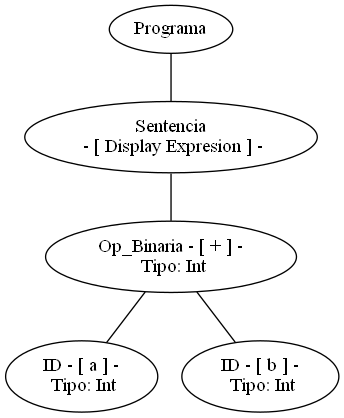
Before: arbol.png, a diagram exported from Graphviz (SantiPerez17/Compiladores). Its source is kept beside it as arbol.dot.
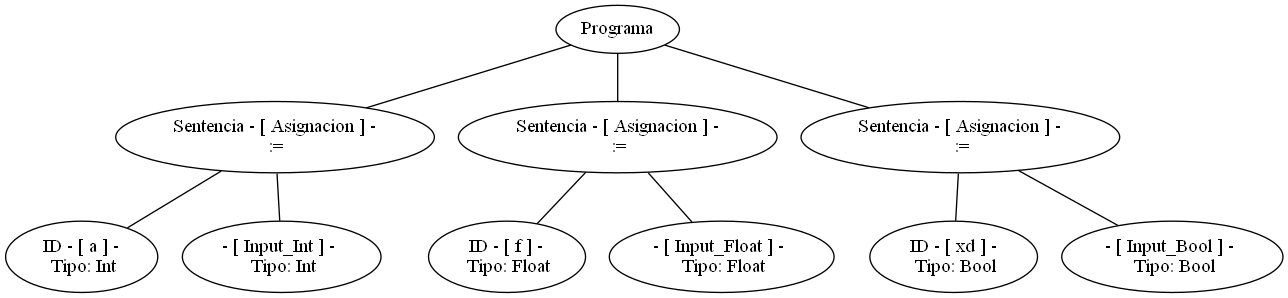
After the commit.

Diff of the diagram source:
```diff
@@ -1,14 +1,29 @@
 graph G {nodo_programa[label="Programa"]
-nodo_813239062[label="Sentencia
- - [ Display Expresion ] -"]
-nodo_programa--nodo_813239062
-nodo_1815674630[label=" Op_Binaria - [ + ] -
+nodo_1156641835[label="Sentencia - [ Asignacion ] -
+ :="]
+nodo_programa--nodo_1156641835
+nodo_895183079[label=" ID - [ a ] -
  Tipo: Int"]
-nodo_813239062--nodo_1815674630
-nodo_1775156878[label=" ID - [ a ] -
+nodo_1156641835--nodo_895183079
+nodo_1172452287[label="- [ Input_Int ] -
  Tipo: Int"]
-nodo_1815674630--nodo_1775156878
-nodo_1335105062[label=" ID - [ b ] -
- Tipo: Int"]
-nodo_1815674630--nodo_1335105062
+nodo_1156641835--nodo_1172452287
+nodo_666536690[label="Sentencia - [ Asignacion ] -
+ :="]
+nodo_programa--nodo_666536690
+nodo_880151237[label=" ID - [ f ] -
+ Tipo: Float"]
+nodo_666536690--nodo_880151237
+nodo_1832467683[label="- [ Input_Float ] -
+ Tipo: Float"]
+nodo_666536690--nodo_1832467683
+nodo_597093207[label="Sentencia - [ Asignacion ] -
+ :="]
+nodo_programa--nodo_597093207
+nodo_1700537914[label=" ID - [ xd ] -
+ Tipo: Bool"]
+nodo_597093207--nodo_1700537914
+nodo_1351091886[label="- [ Input_Bool ] -
+ Tipo: Bool"]
+nodo_597093207--nodo_1351091886
 }
```
